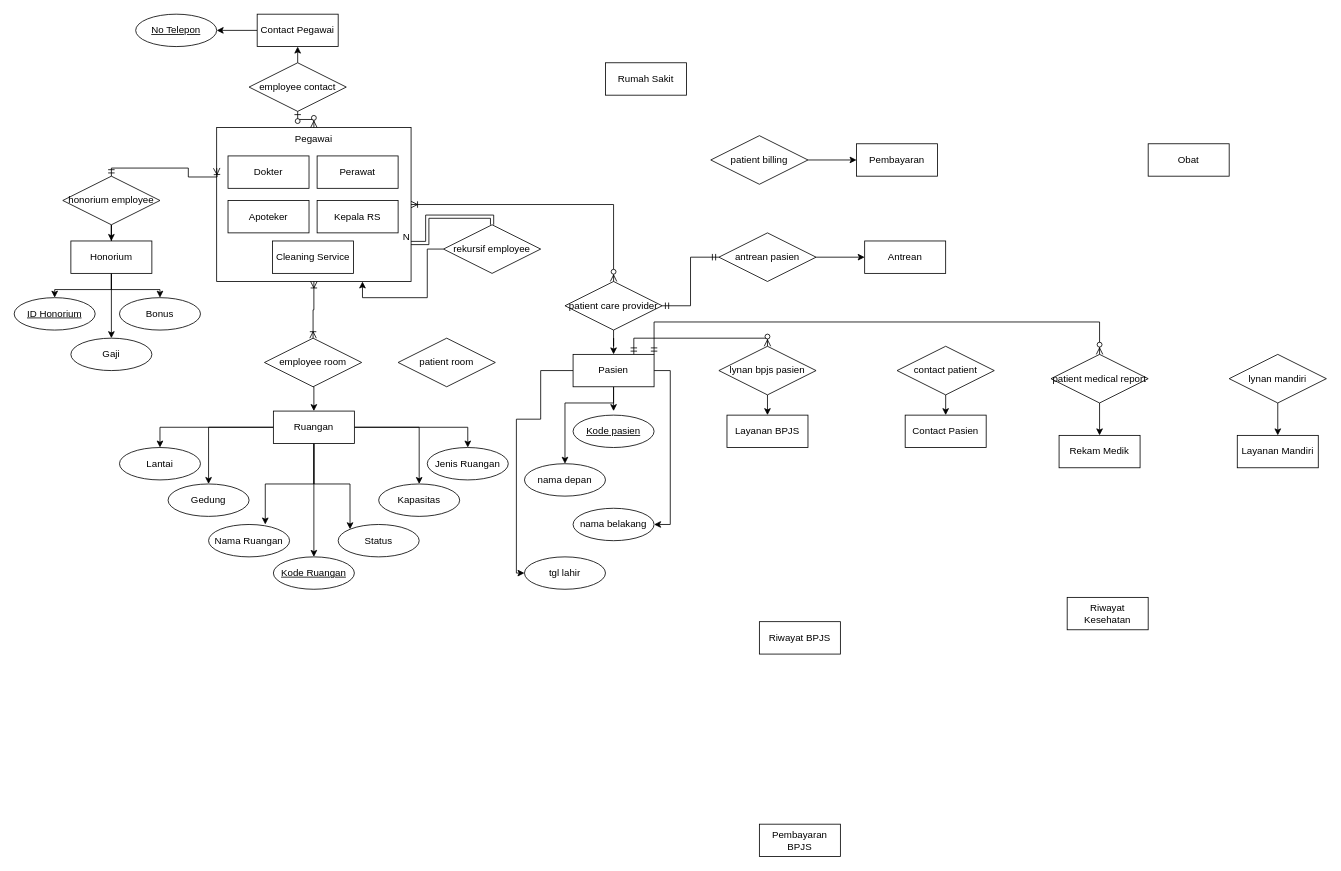
Before: Diagram Tanpa Judul.drawio in lsawfa/ERD-BasisData, a draw.io diagram. Source tidied: cells renumbered, new cells numbered last; positions are measured from the earlier drawing's top-left corner, leaving out a move shared by most shapes. Both pictures are drawn from the tidied source at 81%, with x=0, y=0 at pixel (14, 14).
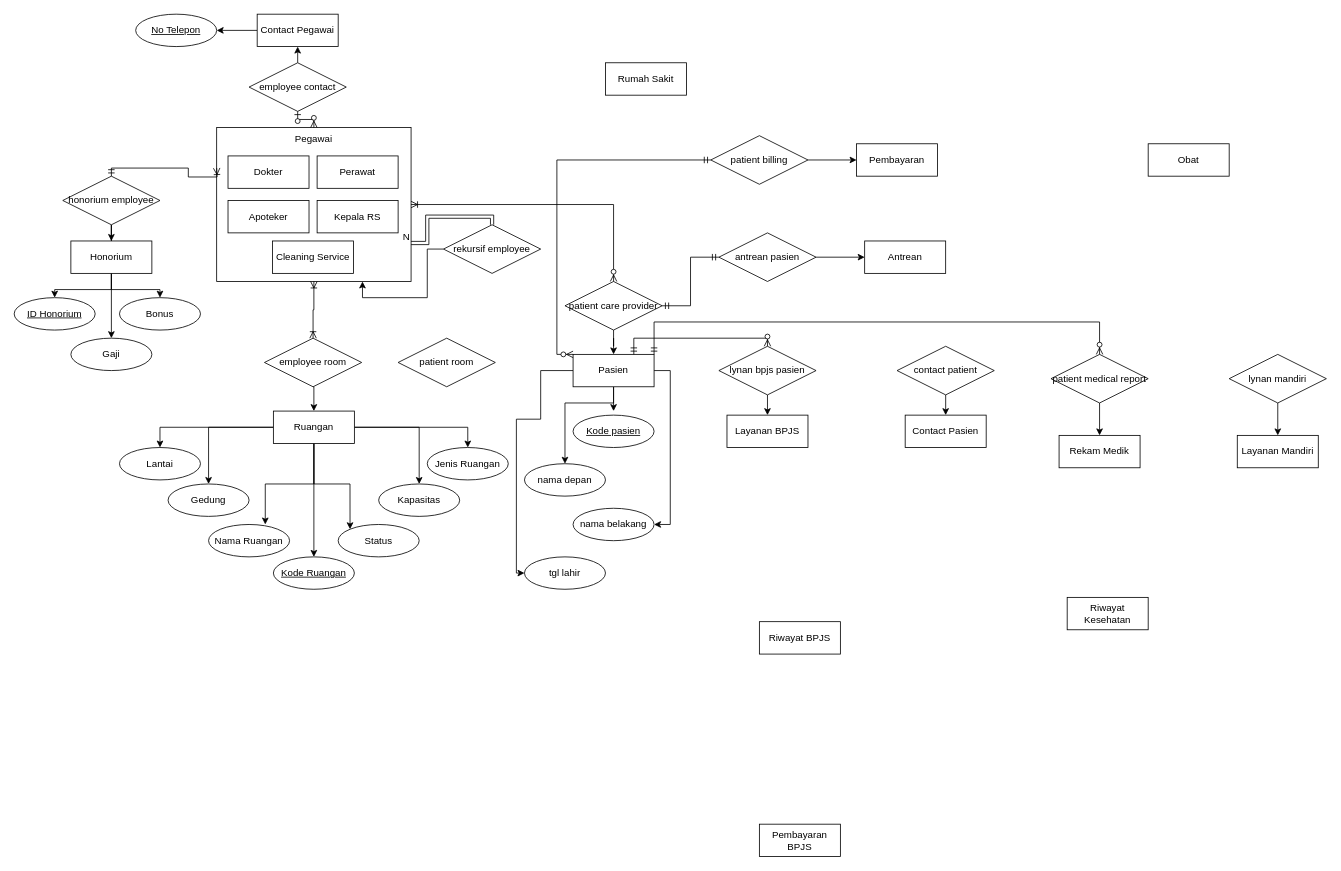
Above is the later version.

Commit message:
sampai billing

The change refers to these unchanged cells:
```xml
<mxCell id="45" value="Pasien" style="whiteSpace=wrap;html=1;align=center;" parent="1" vertex="1">
  <mxGeometry x="690" y="420" width="100" height="40" as="geometry" />
</mxCell>
<mxCell id="74" value="patient billing" style="shape=rhombus;perimeter=rhombusPerimeter;whiteSpace=wrap;html=1;align=center;" parent="1" vertex="1">
  <mxGeometry x="860" y="150" width="120" height="60" as="geometry" />
</mxCell>
```

Diff of the diagram source:
```diff
@@
+    <mxCell id="85" style="edgeStyle=orthogonalEdgeStyle;fontSize=12;html=1;endArrow=ERzeroToMany;startArrow=ERmandOne;rounded=0;exitX=0;exitY=0.5;exitDx=0;exitDy=0;entryX=0;entryY=0;entryDx=0;entryDy=0;" parent="1" edge="1" source="74" target="45">
+      <mxGeometry relative="1" as="geometry">
+        <Array as="points">
+          <mxPoint x="670" y="180" />
+          <mxPoint x="670" y="420" />
+        </Array>
+      </mxGeometry>
+    </mxCell>
```
